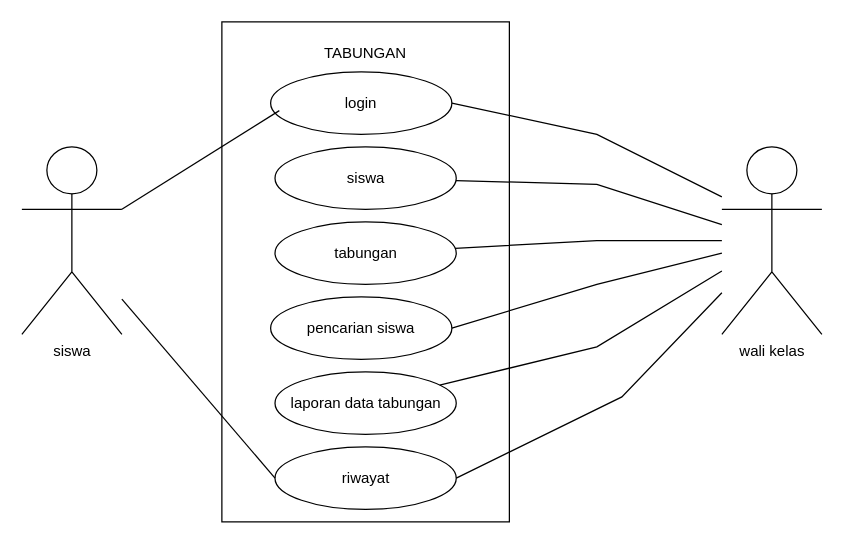
Earlier version of the draw.io diagram use-case.drawio (titapuspitas/Tefa-Tabungan). Source tidied: cells renumbered, new cells numbered last; positions are measured from the earlier drawing's top-left corner, leaving out a move shared by most shapes. Both pictures are drawn from the tidied source at 125%, with x=0, y=0 at pixel (21, 21).
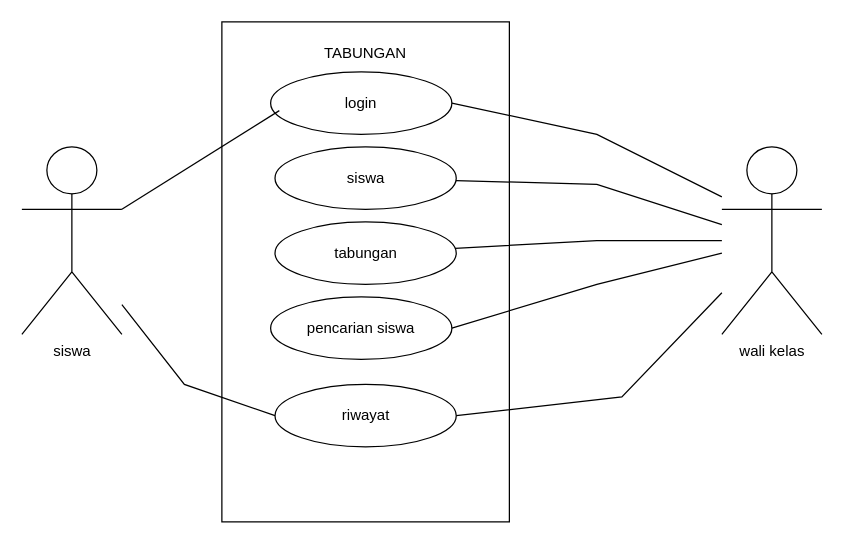
The same page after the edit.

Unchanged cells that the change refers to:
```xml
<mxCell id="2" value="siswa&lt;div&gt;&lt;br&gt;&lt;/div&gt;" style="shape=umlActor;verticalLabelPosition=bottom;verticalAlign=top;html=1;outlineConnect=0;" parent="1" vertex="1">
  <mxGeometry y="100" width="80" height="150" as="geometry" />
</mxCell>
<mxCell id="4" value="&lt;div&gt;wali kelas&lt;/div&gt;&lt;div&gt;&lt;br&gt;&lt;/div&gt;" style="shape=umlActor;verticalLabelPosition=bottom;verticalAlign=top;html=1;outlineConnect=0;" parent="1" vertex="1">
  <mxGeometry x="560" y="100" width="80" height="150" as="geometry" />
</mxCell>
```

The edit, as a diff of the source:
```diff
@@
-    <mxCell id="8" value="laporan data tabungan" style="ellipse;whiteSpace=wrap;html=1;" parent="1" vertex="1">
-      <mxGeometry x="202.5" y="280" width="145" height="50" as="geometry" />
-    </mxCell>
     <mxCell id="9" value="riwayat" style="ellipse;whiteSpace=wrap;html=1;" parent="1" vertex="1">
-      <mxGeometry x="202.5" y="340" width="145" height="50" as="geometry" />
+      <mxGeometry x="202.5" y="290" width="145" height="50" as="geometry" />
     </mxCell>
     <mxCell id="10" style="endArrow=none;html=1;rounded=0;entryX=0;entryY=0.5;entryDx=0;entryDy=0;" parent="1" edge="1" source="2" target="9">
-      <mxGeometry relative="1" as="geometry" />
+      <mxGeometry relative="1" as="geometry">
+        <Array as="points">
+          <mxPoint x="130" y="290" />
+        </Array>
+      </mxGeometry>
     </mxCell>
@@
-    <mxCell id="13" style="endArrow=none;html=1;rounded=0;" parent="1" edge="1" source="8" target="4">
-      <mxGeometry relative="1" as="geometry">
-        <Array as="points">
-          <mxPoint x="460" y="260" />
-        </Array>
-      </mxGeometry>
-    </mxCell>
```
